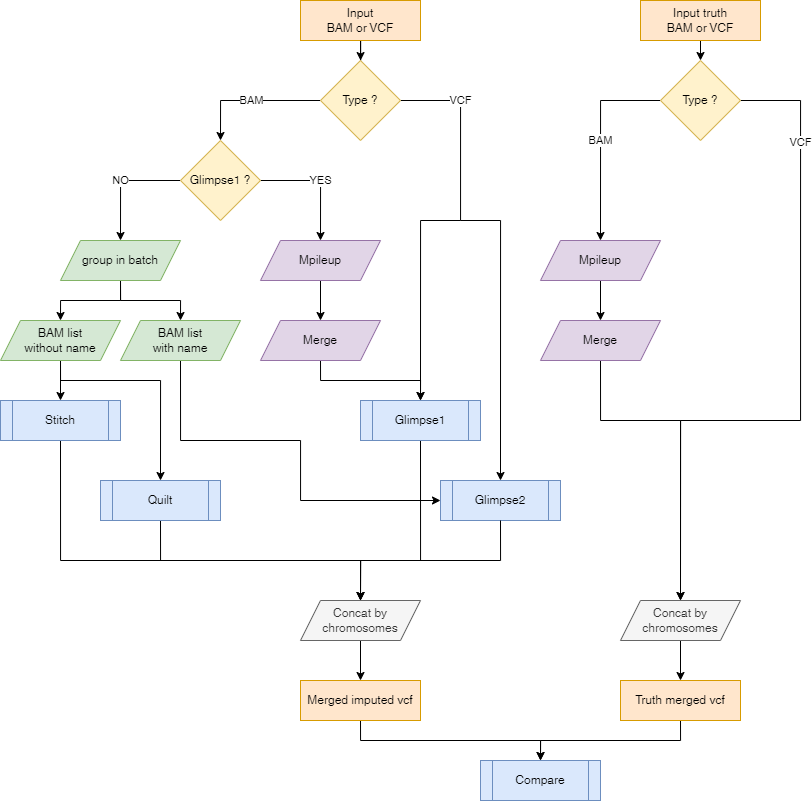
Above: docs/images/InputSoftware_compatibility.png in nf-core/phaseimpute (draw.io), before the change. Source tidied: cells renumbered, new cells last; positions are measured from the earlier drawing's top-left corner, leaving out a move shared by most shapes.
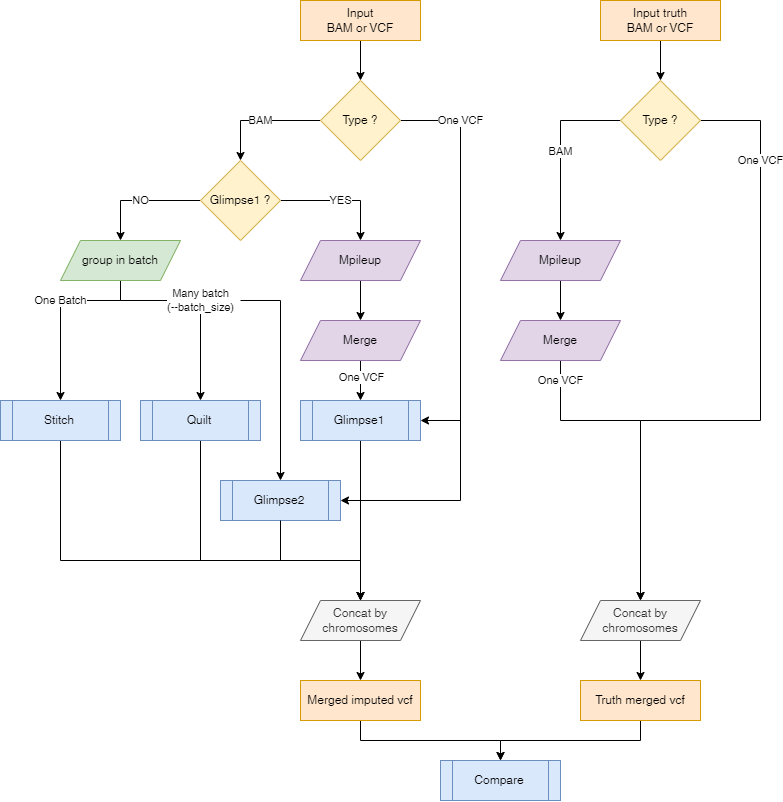
The same file after the commit.

Change to the diagram source:
```diff
@@ -2,43 +2,60 @@
   <root>
     <mxCell id="0" />
     <mxCell id="1" parent="0" />
-    <mxCell id="2" style="edgeStyle=orthogonalEdgeStyle;rounded=0;jettySize=auto;html=1;" parent="1" edge="1" source="3" target="7">
-      <mxGeometry relative="1" as="geometry" />
-    </mxCell>
+    <mxCell id="49" style="edgeStyle=orthogonalEdgeStyle;rounded=0;jettySize=auto;html=1;" parent="1" edge="1" source="3" target="53">
+      <mxGeometry relative="1" as="geometry" />
+    </mxCell>
     <mxCell id="3" value="Input&lt;br&gt;BAM or VCF" style="rounded=0;whiteSpace=wrap;html=1;fillColor=#ffe6cc;strokeColor=#d79b00;" parent="1" vertex="1">
-      <mxGeometry x="300" width="120" height="40" as="geometry" />
+      <mxGeometry x="340" width="120" height="40" as="geometry" />
     </mxCell>
-    <mxCell id="4" value="BAM" style="edgeStyle=orthogonalEdgeStyle;rounded=0;jettySize=auto;html=1;exitX=0;exitY=0.5;exitDx=0;exitDy=0;entryX=0.5;entryY=0;entryDx=0;entryDy=0;" parent="1" edge="1" source="7" target="13">
-      <mxGeometry relative="1" as="geometry" />
-    </mxCell>
-    <mxCell id="5" value="VCF" style="edgeStyle=orthogonalEdgeStyle;rounded=0;jettySize=auto;html=1;exitX=1;exitY=0.5;exitDx=0;exitDy=0;entryX=0.5;entryY=0;entryDx=0;entryDy=0;" parent="1" edge="1" source="7" target="19">
-      <mxGeometry x="-0.7" relative="1" as="geometry">
-        <Array as="points">
-          <mxPoint x="460" y="100" />
-          <mxPoint x="460" y="220" />
-          <mxPoint x="420" y="220" />
-        </Array>
-      </mxGeometry>
-    </mxCell>
-    <mxCell id="6" style="edgeStyle=orthogonalEdgeStyle;rounded=0;jettySize=auto;html=1;entryX=0.5;entryY=0;entryDx=0;entryDy=0;" parent="1" edge="1" target="24">
-      <mxGeometry y="40" relative="1" as="geometry">
-        <mxPoint x="460" y="220" as="sourcePoint" />
-        <Array as="points">
-          <mxPoint x="500" y="220" />
-        </Array>
-      </mxGeometry>
-    </mxCell>
-    <mxCell id="7" value="Type ?" style="rhombus;whiteSpace=wrap;html=1;fillColor=#fff2cc;strokeColor=#d6b656;" parent="1" vertex="1">
-      <mxGeometry x="320" y="60" width="80" height="80" as="geometry" />
-    </mxCell>
-    <mxCell id="8" style="edgeStyle=orthogonalEdgeStyle;rounded=0;jettySize=auto;html=1;exitX=0.5;exitY=1;exitDx=0;exitDy=0;entryX=0.5;entryY=0;entryDx=0;entryDy=0;" parent="1" edge="1" source="10" target="28">
-      <mxGeometry relative="1" as="geometry" />
-    </mxCell>
-    <mxCell id="9" style="edgeStyle=orthogonalEdgeStyle;rounded=0;jettySize=auto;html=1;exitX=0.5;exitY=1;exitDx=0;exitDy=0;entryX=0.5;entryY=0;entryDx=0;entryDy=0;" parent="1" edge="1" source="10" target="48">
-      <mxGeometry relative="1" as="geometry" />
-    </mxCell>
+    <mxCell id="50" value="BAM" style="edgeStyle=orthogonalEdgeStyle;rounded=0;jettySize=auto;html=1;exitX=0;exitY=0.5;exitDx=0;exitDy=0;entryX=0.5;entryY=0;entryDx=0;entryDy=0;" parent="1" edge="1" source="53" target="13">
+      <mxGeometry relative="1" as="geometry" />
+    </mxCell>
+    <mxCell id="51" value="One VCF" style="edgeStyle=orthogonalEdgeStyle;rounded=0;jettySize=auto;html=1;exitX=1;exitY=0.5;exitDx=0;exitDy=0;entryX=1;entryY=0.5;entryDx=0;entryDy=0;" parent="1" edge="1" source="53" target="19">
+      <mxGeometry x="-0.7" relative="1" as="geometry">
+        <Array as="points">
+          <mxPoint x="500" y="120" />
+          <mxPoint x="500" y="420" />
+        </Array>
+      </mxGeometry>
+    </mxCell>
+    <mxCell id="52" style="edgeStyle=orthogonalEdgeStyle;rounded=0;jettySize=auto;html=1;entryX=1;entryY=0.5;entryDx=0;entryDy=0;" parent="1" edge="1" target="24">
+      <mxGeometry y="40" relative="1" as="geometry">
+        <mxPoint x="500" y="220" as="sourcePoint" />
+        <Array as="points">
+          <mxPoint x="500" y="500" />
+        </Array>
+      </mxGeometry>
+    </mxCell>
+    <mxCell id="53" value="Type ?" style="rhombus;whiteSpace=wrap;html=1;fillColor=#fff2cc;strokeColor=#d6b656;" parent="1" vertex="1">
+      <mxGeometry x="360" y="80" width="80" height="80" as="geometry" />
+    </mxCell>
+    <mxCell id="54" value="One Batch" style="edgeStyle=orthogonalEdgeStyle;rounded=0;jettySize=auto;html=1;exitX=0.5;exitY=1;exitDx=0;exitDy=0;entryX=0.5;entryY=0;entryDx=0;entryDy=0;" parent="1" edge="1" source="10" target="23">
+      <mxGeometry x="-0.11" relative="1" as="geometry">
+        <Array as="points">
+          <mxPoint x="160" y="300" />
+          <mxPoint x="100" y="300" />
+        </Array>
+      </mxGeometry>
+    </mxCell>
+    <mxCell id="55" value="Many batch&lt;br&gt;(--batch_size)" style="edgeStyle=orthogonalEdgeStyle;rounded=0;jettySize=auto;html=1;exitX=0.5;exitY=1;exitDx=0;exitDy=0;entryX=0.5;entryY=0;entryDx=0;entryDy=0;" parent="1" edge="1" source="10" target="21">
+      <mxGeometry relative="1" as="geometry">
+        <Array as="points">
+          <mxPoint x="160" y="300" />
+          <mxPoint x="240" y="300" />
+        </Array>
+      </mxGeometry>
+    </mxCell>
+    <mxCell id="56" style="edgeStyle=orthogonalEdgeStyle;rounded=0;jettySize=auto;html=1;entryX=0.5;entryY=0;entryDx=0;entryDy=0;" parent="1" edge="1" target="24">
+      <mxGeometry relative="1" as="geometry">
+        <mxPoint x="280" y="300" as="sourcePoint" />
+        <Array as="points">
+          <mxPoint x="320" y="300" />
+        </Array>
+      </mxGeometry>
+    </mxCell>
     <mxCell id="10" value="group in batch" style="shape=parallelogram;perimeter=parallelogramPerimeter;whiteSpace=wrap;html=1;fixedSize=1;fillColor=#d5e8d4;strokeColor=#82b366;" parent="1" vertex="1">
-      <mxGeometry x="60" y="240" width="120" height="40" as="geometry" />
+      <mxGeometry x="100" y="240" width="120" height="40" as="geometry" />
     </mxCell>
     <mxCell id="11" value="NO" style="edgeStyle=orthogonalEdgeStyle;rounded=0;jettySize=auto;html=1;exitX=0;exitY=0.5;exitDx=0;exitDy=0;entryX=0.5;entryY=0;entryDx=0;entryDy=0;" parent="1" edge="1" source="13" target="10">
       <mxGeometry relative="1" as="geometry" />
@@ -47,119 +64,101 @@
       <mxGeometry relative="1" as="geometry" />
     </mxCell>
     <mxCell id="13" value="Glimpse1 ?" style="rhombus;whiteSpace=wrap;html=1;fillColor=#fff2cc;strokeColor=#d6b656;" parent="1" vertex="1">
-      <mxGeometry x="180" y="140" width="80" height="80" as="geometry" />
+      <mxGeometry x="240" y="160" width="80" height="80" as="geometry" />
     </mxCell>
     <mxCell id="14" style="edgeStyle=orthogonalEdgeStyle;rounded=0;jettySize=auto;html=1;exitX=0.5;exitY=1;exitDx=0;exitDy=0;entryX=0.5;entryY=0;entryDx=0;entryDy=0;" parent="1" edge="1" source="15" target="17">
       <mxGeometry relative="1" as="geometry" />
     </mxCell>
     <mxCell id="15" value="Mpileup" style="shape=parallelogram;perimeter=parallelogramPerimeter;whiteSpace=wrap;html=1;fixedSize=1;fillColor=#e1d5e7;strokeColor=#9673a6;" parent="1" vertex="1">
-      <mxGeometry x="260" y="240" width="120" height="40" as="geometry" />
+      <mxGeometry x="340" y="240" width="120" height="40" as="geometry" />
     </mxCell>
     <mxCell id="16" style="edgeStyle=orthogonalEdgeStyle;rounded=0;jettySize=auto;html=1;exitX=0.5;exitY=1;exitDx=0;exitDy=0;entryX=0.5;entryY=0;entryDx=0;entryDy=0;" parent="1" edge="1" source="17" target="19">
       <mxGeometry relative="1" as="geometry" />
     </mxCell>
+    <mxCell id="57" value="One VCF" style="edgeLabel;html=1;align=center;verticalAlign=middle;" parent="16" vertex="1">
+      <mxGeometry x="-0.26" y="1" relative="1" as="geometry">
+        <mxPoint x="-1" as="offset" />
+      </mxGeometry>
+    </mxCell>
     <mxCell id="17" value="Merge" style="shape=parallelogram;perimeter=parallelogramPerimeter;whiteSpace=wrap;html=1;fixedSize=1;fillColor=#e1d5e7;strokeColor=#9673a6;" parent="1" vertex="1">
-      <mxGeometry x="260" y="320" width="120" height="40" as="geometry" />
+      <mxGeometry x="340" y="320" width="120" height="40" as="geometry" />
     </mxCell>
-    <mxCell id="18" style="edgeStyle=orthogonalEdgeStyle;rounded=0;jettySize=auto;html=1;exitX=0.5;exitY=1;exitDx=0;exitDy=0;entryX=0.5;entryY=0;entryDx=0;entryDy=0;" parent="1" edge="1" source="19">
-      <mxGeometry relative="1" as="geometry">
-        <mxPoint x="360" y="600" as="targetPoint" />
-        <Array as="points">
-          <mxPoint x="420" y="560" />
-          <mxPoint x="360" y="560" />
-        </Array>
-      </mxGeometry>
-    </mxCell>
+    <mxCell id="58" style="edgeStyle=orthogonalEdgeStyle;rounded=0;jettySize=auto;html=1;exitX=0.5;exitY=1;exitDx=0;exitDy=0;entryX=0.5;entryY=0;entryDx=0;entryDy=0;" parent="1" edge="1" source="19">
+      <mxGeometry relative="1" as="geometry">
+        <mxPoint x="400" y="600" as="targetPoint" />
+        <Array as="points">
+          <mxPoint x="400" y="500" />
+          <mxPoint x="400" y="500" />
+        </Array>
+      </mxGeometry>
+    </mxCell>
     <mxCell id="19" value="Glimpse1" style="shape=process;whiteSpace=wrap;html=1;backgroundOutline=1;fillColor=#dae8fc;strokeColor=#6c8ebf;" parent="1" vertex="1">
-      <mxGeometry x="360" y="400" width="120" height="40" as="geometry" />
+      <mxGeometry x="340" y="400" width="120" height="40" as="geometry" />
     </mxCell>
-    <mxCell id="20" style="edgeStyle=orthogonalEdgeStyle;rounded=0;jettySize=auto;html=1;exitX=0.5;exitY=1;exitDx=0;exitDy=0;entryX=0.5;entryY=0;entryDx=0;entryDy=0;" parent="1" edge="1" source="21">
-      <mxGeometry relative="1" as="geometry">
-        <mxPoint x="360" y="600" as="targetPoint" />
-        <Array as="points">
-          <mxPoint x="160" y="560" />
-          <mxPoint x="360" y="560" />
-        </Array>
-      </mxGeometry>
-    </mxCell>
+    <mxCell id="59" style="edgeStyle=orthogonalEdgeStyle;rounded=0;jettySize=auto;html=1;exitX=0.5;exitY=1;exitDx=0;exitDy=0;entryX=0.5;entryY=0;entryDx=0;entryDy=0;" parent="1" edge="1" source="21">
+      <mxGeometry relative="1" as="geometry">
+        <mxPoint x="400" y="600" as="targetPoint" />
+        <Array as="points">
+          <mxPoint x="240" y="560" />
+          <mxPoint x="400" y="560" />
+        </Array>
+      </mxGeometry>
+    </mxCell>
     <mxCell id="21" value="Quilt" style="shape=process;whiteSpace=wrap;html=1;backgroundOutline=1;fillColor=#dae8fc;strokeColor=#6c8ebf;" parent="1" vertex="1">
-      <mxGeometry x="100" y="480" width="120" height="40" as="geometry" />
+      <mxGeometry x="180" y="400" width="120" height="40" as="geometry" />
     </mxCell>
-    <mxCell id="22" style="edgeStyle=orthogonalEdgeStyle;rounded=0;jettySize=auto;html=1;exitX=0.5;exitY=1;exitDx=0;exitDy=0;entryX=0.5;entryY=0;entryDx=0;entryDy=0;" parent="1" edge="1" source="23">
-      <mxGeometry relative="1" as="geometry">
-        <mxPoint x="360" y="600" as="targetPoint" />
-        <Array as="points">
-          <mxPoint x="60" y="560" />
-          <mxPoint x="360" y="560" />
-        </Array>
-      </mxGeometry>
-    </mxCell>
+    <mxCell id="60" style="edgeStyle=orthogonalEdgeStyle;rounded=0;jettySize=auto;html=1;exitX=0.5;exitY=1;exitDx=0;exitDy=0;entryX=0.5;entryY=0;entryDx=0;entryDy=0;" parent="1" edge="1" source="23">
+      <mxGeometry relative="1" as="geometry">
+        <mxPoint x="400" y="600" as="targetPoint" />
+        <Array as="points">
+          <mxPoint x="100" y="560" />
+          <mxPoint x="400" y="560" />
+        </Array>
+      </mxGeometry>
+    </mxCell>
     <mxCell id="23" value="Stitch" style="shape=process;whiteSpace=wrap;html=1;backgroundOutline=1;fillColor=#dae8fc;strokeColor=#6c8ebf;" parent="1" vertex="1">
-      <mxGeometry y="400" width="120" height="40" as="geometry" />
+      <mxGeometry x="40" y="400" width="120" height="40" as="geometry" />
     </mxCell>
     <mxCell id="24" value="Glimpse2" style="shape=process;whiteSpace=wrap;html=1;backgroundOutline=1;fillColor=#dae8fc;strokeColor=#6c8ebf;" parent="1" vertex="1">
-      <mxGeometry x="440" y="480" width="120" height="40" as="geometry" />
+      <mxGeometry x="260" y="480" width="120" height="40" as="geometry" />
     </mxCell>
-    <mxCell id="25" style="edgeStyle=orthogonalEdgeStyle;rounded=0;jettySize=auto;html=1;exitX=0.5;exitY=1;exitDx=0;exitDy=0;entryX=0.5;entryY=0;entryDx=0;entryDy=0;" parent="1" edge="1" source="28" target="23">
-      <mxGeometry relative="1" as="geometry" />
-    </mxCell>
-    <mxCell id="26" style="edgeStyle=orthogonalEdgeStyle;rounded=0;jettySize=auto;html=1;exitX=0.5;exitY=1;exitDx=0;exitDy=0;entryX=0.5;entryY=0;entryDx=0;entryDy=0;" parent="1" edge="1" source="28" target="21">
-      <mxGeometry relative="1" as="geometry">
-        <Array as="points">
-          <mxPoint x="60" y="380" />
-          <mxPoint x="160" y="380" />
-        </Array>
-      </mxGeometry>
-    </mxCell>
-    <mxCell id="27" style="edgeStyle=orthogonalEdgeStyle;rounded=0;jettySize=auto;html=1;exitX=0.5;exitY=1;exitDx=0;exitDy=0;entryX=0;entryY=0.5;entryDx=0;entryDy=0;" parent="1" edge="1" source="48" target="24">
-      <mxGeometry relative="1" as="geometry">
-        <Array as="points">
-          <mxPoint x="180" y="440" />
-          <mxPoint x="300" y="440" />
-          <mxPoint x="300" y="500" />
-        </Array>
-      </mxGeometry>
-    </mxCell>
-    <mxCell id="28" value="BAM list&lt;br&gt;without name" style="shape=parallelogram;perimeter=parallelogramPerimeter;whiteSpace=wrap;html=1;fixedSize=1;fillColor=#d5e8d4;strokeColor=#82b366;" parent="1" vertex="1">
-      <mxGeometry y="320" width="120" height="40" as="geometry" />
-    </mxCell>
-    <mxCell id="29" style="edgeStyle=orthogonalEdgeStyle;rounded=0;jettySize=auto;html=1;exitX=0.5;exitY=1;exitDx=0;exitDy=0;entryX=0.5;entryY=0;entryDx=0;entryDy=0;" parent="1" edge="1" source="30" target="33">
-      <mxGeometry relative="1" as="geometry" />
-    </mxCell>
+    <mxCell id="61" style="edgeStyle=orthogonalEdgeStyle;rounded=0;jettySize=auto;html=1;exitX=0.5;exitY=1;exitDx=0;exitDy=0;entryX=0.5;entryY=0;entryDx=0;entryDy=0;" parent="1" edge="1" source="30" target="64">
+      <mxGeometry relative="1" as="geometry" />
+    </mxCell>
     <mxCell id="30" value="Input truth&lt;br&gt;BAM or VCF" style="rounded=0;whiteSpace=wrap;html=1;fillColor=#ffe6cc;strokeColor=#d79b00;" parent="1" vertex="1">
       <mxGeometry x="640" width="120" height="40" as="geometry" />
     </mxCell>
-    <mxCell id="31" value="BAM" style="edgeStyle=orthogonalEdgeStyle;rounded=0;jettySize=auto;html=1;exitX=0;exitY=0.5;exitDx=0;exitDy=0;entryX=0.5;entryY=0;entryDx=0;entryDy=0;" parent="1" edge="1" source="33" target="35">
-      <mxGeometry relative="1" as="geometry" />
-    </mxCell>
-    <mxCell id="32" value="VCF" style="edgeStyle=orthogonalEdgeStyle;rounded=0;jettySize=auto;html=1;exitX=1;exitY=0.5;exitDx=0;exitDy=0;entryX=0.5;entryY=0;entryDx=0;entryDy=0;" parent="1" edge="1" source="33">
-      <mxGeometry x="-0.7" relative="1" as="geometry">
-        <mxPoint x="680" y="600" as="targetPoint" />
-        <Array as="points">
-          <mxPoint x="800" y="100" />
-          <mxPoint x="800" y="420" />
-          <mxPoint x="680" y="420" />
-        </Array>
-      </mxGeometry>
-    </mxCell>
-    <mxCell id="33" value="Type ?" style="rhombus;whiteSpace=wrap;html=1;fillColor=#fff2cc;strokeColor=#d6b656;" parent="1" vertex="1">
-      <mxGeometry x="660" y="60" width="80" height="80" as="geometry" />
-    </mxCell>
+    <mxCell id="62" value="BAM" style="edgeStyle=orthogonalEdgeStyle;rounded=0;jettySize=auto;html=1;exitX=0;exitY=0.5;exitDx=0;exitDy=0;entryX=0.5;entryY=0;entryDx=0;entryDy=0;" parent="1" edge="1" source="64" target="35">
+      <mxGeometry relative="1" as="geometry" />
+    </mxCell>
+    <mxCell id="63" value="One VCF" style="edgeStyle=orthogonalEdgeStyle;rounded=0;jettySize=auto;html=1;exitX=1;exitY=0.5;exitDx=0;exitDy=0;entryX=0.5;entryY=0;entryDx=0;entryDy=0;" parent="1" edge="1" source="64">
+      <mxGeometry x="-0.7" relative="1" as="geometry">
+        <mxPoint x="680" y="600" as="targetPoint" />
+        <Array as="points">
+          <mxPoint x="800" y="120" />
+          <mxPoint x="800" y="420" />
+          <mxPoint x="680" y="420" />
+        </Array>
+      </mxGeometry>
+    </mxCell>
+    <mxCell id="64" value="Type ?" style="rhombus;whiteSpace=wrap;html=1;fillColor=#fff2cc;strokeColor=#d6b656;" parent="1" vertex="1">
+      <mxGeometry x="660" y="80" width="80" height="80" as="geometry" />
+    </mxCell>
     <mxCell id="34" style="edgeStyle=orthogonalEdgeStyle;rounded=0;jettySize=auto;html=1;exitX=0.5;exitY=1;exitDx=0;exitDy=0;entryX=0.5;entryY=0;entryDx=0;entryDy=0;" parent="1" edge="1" source="35" target="37">
       <mxGeometry relative="1" as="geometry" />
     </mxCell>
     <mxCell id="35" value="Mpileup" style="shape=parallelogram;perimeter=parallelogramPerimeter;whiteSpace=wrap;html=1;fixedSize=1;fillColor=#e1d5e7;strokeColor=#9673a6;" parent="1" vertex="1">
       <mxGeometry x="540" y="240" width="120" height="40" as="geometry" />
     </mxCell>
-    <mxCell id="36" style="edgeStyle=orthogonalEdgeStyle;rounded=0;jettySize=auto;html=1;exitX=0.5;exitY=1;exitDx=0;exitDy=0;entryX=0.5;entryY=0;entryDx=0;entryDy=0;" parent="1" edge="1" source="37">
-      <mxGeometry relative="1" as="geometry">
-        <mxPoint x="680" y="600" as="targetPoint" />
-        <Array as="points">
-          <mxPoint x="600" y="420" />
-          <mxPoint x="680" y="420" />
-        </Array>
-      </mxGeometry>
-    </mxCell>
+    <mxCell id="65" value="One VCF" style="edgeStyle=orthogonalEdgeStyle;rounded=0;jettySize=auto;html=1;exitX=0.5;exitY=1;exitDx=0;exitDy=0;entryX=0.5;entryY=0;entryDx=0;entryDy=0;" parent="1" edge="1" source="37">
+      <mxGeometry x="-0.88" relative="1" as="geometry">
+        <mxPoint x="680" y="600" as="targetPoint" />
+        <Array as="points">
+          <mxPoint x="600" y="420" />
+          <mxPoint x="680" y="420" />
+        </Array>
+      </mxGeometry>
+    </mxCell>
     <mxCell id="37" value="Merge" style="shape=parallelogram;perimeter=parallelogramPerimeter;whiteSpace=wrap;html=1;fixedSize=1;fillColor=#e1d5e7;strokeColor=#9673a6;" parent="1" vertex="1">
       <mxGeometry x="540" y="320" width="120" height="40" as="geometry" />
     </mxCell>
@@ -167,45 +166,43 @@
       <mxGeometry relative="1" as="geometry" />
     </mxCell>
     <mxCell id="39" value="Merged imputed vcf" style="rounded=0;whiteSpace=wrap;html=1;fillColor=#ffe6cc;strokeColor=#d79b00;" parent="1" vertex="1">
-      <mxGeometry x="300" y="680" width="120" height="40" as="geometry" />
+      <mxGeometry x="340" y="680" width="120" height="40" as="geometry" />
     </mxCell>
-    <mxCell id="40" style="edgeStyle=orthogonalEdgeStyle;rounded=0;jettySize=auto;html=1;exitX=0.5;exitY=1;exitDx=0;exitDy=0;" parent="1" edge="1" source="41">
-      <mxGeometry relative="1" as="geometry">
-        <mxPoint x="540" y="760" as="targetPoint" />
-      </mxGeometry>
-    </mxCell>
+    <mxCell id="66" style="edgeStyle=orthogonalEdgeStyle;rounded=0;jettySize=auto;html=1;exitX=0.5;exitY=1;exitDx=0;exitDy=0;" parent="1" edge="1" source="41">
+      <mxGeometry relative="1" as="geometry">
+        <mxPoint x="540" y="760" as="targetPoint" />
+      </mxGeometry>
+    </mxCell>
     <mxCell id="41" value="Truth merged vcf" style="rounded=0;whiteSpace=wrap;html=1;fillColor=#ffe6cc;strokeColor=#d79b00;" parent="1" vertex="1">
       <mxGeometry x="620" y="680" width="120" height="40" as="geometry" />
     </mxCell>
     <mxCell id="42" value="Compare" style="shape=process;whiteSpace=wrap;html=1;backgroundOutline=1;fillColor=#dae8fc;strokeColor=#6c8ebf;" parent="1" vertex="1">
       <mxGeometry x="480" y="760" width="120" height="40" as="geometry" />
     </mxCell>
-    <mxCell id="43" style="edgeStyle=orthogonalEdgeStyle;rounded=0;jettySize=auto;html=1;exitX=0.5;exitY=1;exitDx=0;exitDy=0;entryX=0.5;entryY=0;entryDx=0;entryDy=0;" parent="1" edge="1" target="39">
-      <mxGeometry relative="1" as="geometry">
-        <mxPoint x="360" y="640" as="sourcePoint" />
-      </mxGeometry>
-    </mxCell>
-    <mxCell id="44" style="edgeStyle=orthogonalEdgeStyle;rounded=0;jettySize=auto;html=1;exitX=0.5;exitY=1;exitDx=0;exitDy=0;entryX=0.5;entryY=0;entryDx=0;entryDy=0;endArrow=none;" parent="1" edge="1" source="24">
-      <mxGeometry relative="1" as="geometry">
-        <mxPoint x="360" y="600" as="targetPoint" />
-        <Array as="points">
-          <mxPoint x="500" y="560" />
-        </Array>
-      </mxGeometry>
-    </mxCell>
-    <mxCell id="45" style="edgeStyle=orthogonalEdgeStyle;rounded=0;jettySize=auto;html=1;exitX=0.5;exitY=1;exitDx=0;exitDy=0;entryX=0.5;entryY=0;entryDx=0;entryDy=0;" parent="1" edge="1" target="41">
-      <mxGeometry relative="1" as="geometry">
-        <mxPoint x="680" y="640" as="sourcePoint" />
-      </mxGeometry>
-    </mxCell>
+    <mxCell id="67" style="edgeStyle=orthogonalEdgeStyle;rounded=0;jettySize=auto;html=1;exitX=0.5;exitY=1;exitDx=0;exitDy=0;entryX=0.5;entryY=0;entryDx=0;entryDy=0;" parent="1" edge="1" target="39">
+      <mxGeometry relative="1" as="geometry">
+        <mxPoint x="400" y="640" as="sourcePoint" />
+      </mxGeometry>
+    </mxCell>
+    <mxCell id="68" style="edgeStyle=orthogonalEdgeStyle;rounded=0;jettySize=auto;html=1;exitX=0.5;exitY=1;exitDx=0;exitDy=0;entryX=0.5;entryY=0;entryDx=0;entryDy=0;endArrow=none;" parent="1" edge="1" source="24">
+      <mxGeometry relative="1" as="geometry">
+        <mxPoint x="400" y="600" as="targetPoint" />
+        <Array as="points">
+          <mxPoint x="320" y="560" />
+          <mxPoint x="400" y="560" />
+        </Array>
+      </mxGeometry>
+    </mxCell>
+    <mxCell id="69" style="edgeStyle=orthogonalEdgeStyle;rounded=0;jettySize=auto;html=1;exitX=0.5;exitY=1;exitDx=0;exitDy=0;entryX=0.5;entryY=0;entryDx=0;entryDy=0;" parent="1" edge="1" target="41">
+      <mxGeometry relative="1" as="geometry">
+        <mxPoint x="680" y="640" as="sourcePoint" />
+      </mxGeometry>
+    </mxCell>
     <mxCell id="46" value="Concat by chromosomes" style="shape=parallelogram;perimeter=parallelogramPerimeter;whiteSpace=wrap;html=1;fixedSize=1;fillColor=#f5f5f5;fontColor=#333333;strokeColor=#666666;" parent="1" vertex="1">
-      <mxGeometry x="300" y="600" width="120" height="40" as="geometry" />
+      <mxGeometry x="340" y="600" width="120" height="40" as="geometry" />
     </mxCell>
     <mxCell id="47" value="Concat by chromosomes" style="shape=parallelogram;perimeter=parallelogramPerimeter;whiteSpace=wrap;html=1;fixedSize=1;fillColor=#f5f5f5;fontColor=#333333;strokeColor=#666666;" parent="1" vertex="1">
       <mxGeometry x="620" y="600" width="120" height="40" as="geometry" />
     </mxCell>
-    <mxCell id="48" value="BAM list&lt;br&gt;with name" style="shape=parallelogram;perimeter=parallelogramPerimeter;whiteSpace=wrap;html=1;fixedSize=1;fillColor=#d5e8d4;strokeColor=#82b366;" parent="1" vertex="1">
-      <mxGeometry x="120" y="320" width="120" height="40" as="geometry" />
-    </mxCell>
   </root>
 </mxGraphModel>
```
